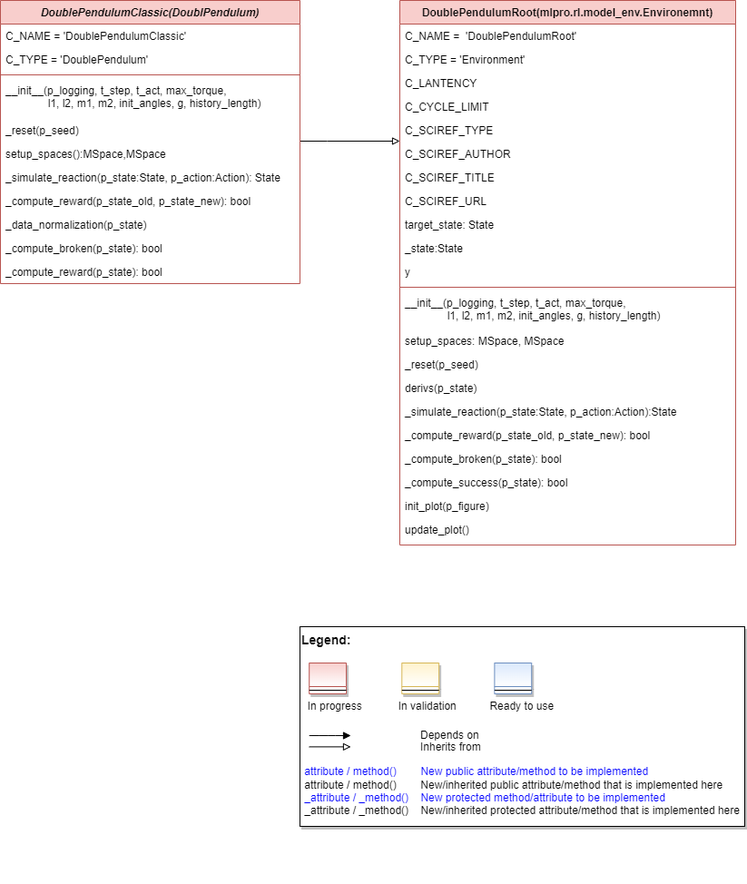
This is doc/rtd/content/append2/pool/rl/images/MPro-RL-DoublePendulum_class_diagram.drawio.png from fhswf/MLPro, a draw.io export, as it was before one commit. Source tidied: cells renumbered, new cells last; positions are measured from the earlier drawing's top-left corner, leaving out a move shared by most shapes.
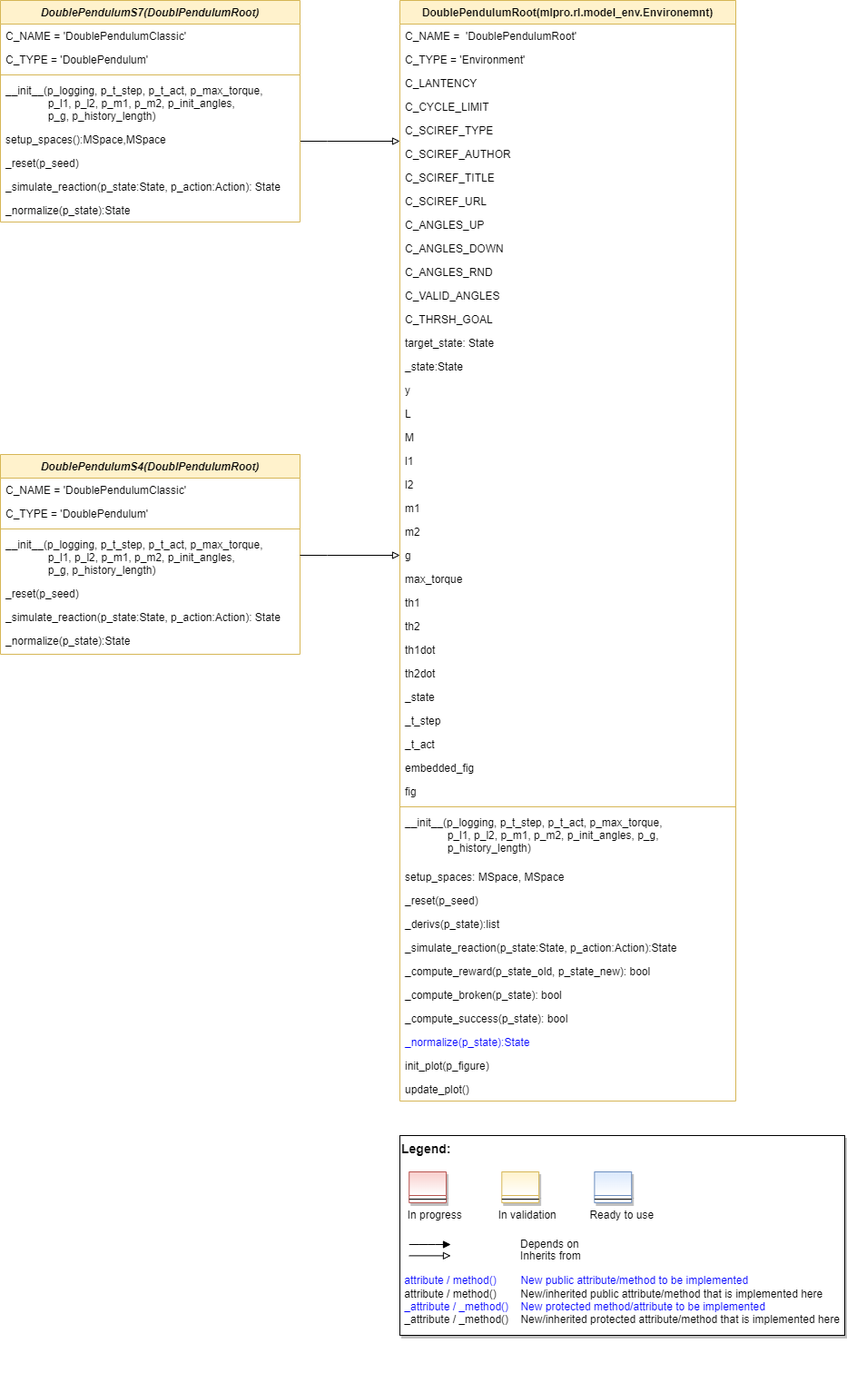
Later version of the same file.

Commit message:
CLASS DIA

Change to the diagram source:
```diff
@@ -4,4 +4,4 @@
     <mxCell id="1" parent="0" />
-    <mxCell id="2" value="DoublePendulumRoot(mlpro.rl.model_env.Environemnt)" style="swimlane;fontStyle=1;align=center;verticalAlign=top;horizontal=1;startSize=26;rounded=0;shadow=0;strokeWidth=1;fillColor=#f8cecc;strokeColor=#b85450;" parent="1" vertex="1">
-      <mxGeometry x="440" width="370" height="600" as="geometry" />
+    <mxCell id="2" value="DoublePendulumRoot(mlpro.rl.model_env.Environemnt)" style="swimlane;fontStyle=1;align=center;verticalAlign=top;horizontal=1;startSize=26;rounded=0;shadow=0;strokeWidth=1;fillColor=#fff2cc;strokeColor=#d6b656;" parent="1" vertex="1">
+      <mxGeometry x="440" width="370" height="1212" as="geometry" />
     </mxCell>
@@ -31,43 +31,112 @@
     </mxCell>
+    <mxCell id="48" value="C_ANGLES_UP" style="text;align=left;verticalAlign=top;spacingLeft=4;spacingRight=4;overflow=hidden;rounded=0;shadow=0;html=0;" parent="2" vertex="1">
+      <mxGeometry y="234" width="370" height="26" as="geometry" />
+    </mxCell>
+    <mxCell id="49" value="C_ANGLES_DOWN" style="text;align=left;verticalAlign=top;spacingLeft=4;spacingRight=4;overflow=hidden;rounded=0;shadow=0;html=0;" parent="2" vertex="1">
+      <mxGeometry y="260" width="370" height="26" as="geometry" />
+    </mxCell>
+    <mxCell id="50" value="C_ANGLES_RND" style="text;align=left;verticalAlign=top;spacingLeft=4;spacingRight=4;overflow=hidden;rounded=0;shadow=0;html=0;" parent="2" vertex="1">
+      <mxGeometry y="286" width="370" height="26" as="geometry" />
+    </mxCell>
+    <mxCell id="51" value="C_VALID_ANGLES" style="text;align=left;verticalAlign=top;spacingLeft=4;spacingRight=4;overflow=hidden;rounded=0;shadow=0;html=0;" parent="2" vertex="1">
+      <mxGeometry y="312" width="370" height="26" as="geometry" />
+    </mxCell>
+    <mxCell id="52" value="C_THRSH_GOAL" style="text;align=left;verticalAlign=top;spacingLeft=4;spacingRight=4;overflow=hidden;rounded=0;shadow=0;html=0;" parent="2" vertex="1">
+      <mxGeometry y="338" width="370" height="26" as="geometry" />
+    </mxCell>
     <mxCell id="11" value="target_state: State" style="text;align=left;verticalAlign=top;spacingLeft=4;spacingRight=4;overflow=hidden;rounded=0;shadow=0;html=0;" parent="2" vertex="1">
-      <mxGeometry y="234" width="370" height="26" as="geometry" />
+      <mxGeometry y="364" width="370" height="26" as="geometry" />
     </mxCell>
     <mxCell id="12" value="_state:State" style="text;align=left;verticalAlign=top;spacingLeft=4;spacingRight=4;overflow=hidden;rounded=0;shadow=0;html=0;" parent="2" vertex="1">
-      <mxGeometry y="260" width="370" height="26" as="geometry" />
+      <mxGeometry y="390" width="370" height="26" as="geometry" />
     </mxCell>
     <mxCell id="13" value="y" style="text;align=left;verticalAlign=top;spacingLeft=4;spacingRight=4;overflow=hidden;rounded=0;shadow=0;html=0;" parent="2" vertex="1">
-      <mxGeometry y="286" width="370" height="26" as="geometry" />
+      <mxGeometry y="416" width="370" height="26" as="geometry" />
     </mxCell>
+    <mxCell id="53" value="L" style="text;align=left;verticalAlign=top;spacingLeft=4;spacingRight=4;overflow=hidden;rounded=0;shadow=0;html=0;" parent="2" vertex="1">
+      <mxGeometry y="442" width="370" height="26" as="geometry" />
+    </mxCell>
+    <mxCell id="54" value="M" style="text;align=left;verticalAlign=top;spacingLeft=4;spacingRight=4;overflow=hidden;rounded=0;shadow=0;html=0;" parent="2" vertex="1">
+      <mxGeometry y="468" width="370" height="26" as="geometry" />
+    </mxCell>
+    <mxCell id="55" value="l1" style="text;align=left;verticalAlign=top;spacingLeft=4;spacingRight=4;overflow=hidden;rounded=0;shadow=0;html=0;" parent="2" vertex="1">
+      <mxGeometry y="494" width="370" height="26" as="geometry" />
+    </mxCell>
+    <mxCell id="56" value="l2" style="text;align=left;verticalAlign=top;spacingLeft=4;spacingRight=4;overflow=hidden;rounded=0;shadow=0;html=0;" parent="2" vertex="1">
+      <mxGeometry y="520" width="370" height="26" as="geometry" />
+    </mxCell>
+    <mxCell id="57" value="m1" style="text;align=left;verticalAlign=top;spacingLeft=4;spacingRight=4;overflow=hidden;rounded=0;shadow=0;html=0;" parent="2" vertex="1">
+      <mxGeometry y="546" width="370" height="26" as="geometry" />
+    </mxCell>
+    <mxCell id="58" value="m2" style="text;align=left;verticalAlign=top;spacingLeft=4;spacingRight=4;overflow=hidden;rounded=0;shadow=0;html=0;" parent="2" vertex="1">
+      <mxGeometry y="572" width="370" height="26" as="geometry" />
+    </mxCell>
+    <mxCell id="59" value="g" style="text;align=left;verticalAlign=top;spacingLeft=4;spacingRight=4;overflow=hidden;points=[[0,0.5],[1,0.5]];portConstraint=eastwest;rounded=0;shadow=0;html=0;" parent="2" vertex="1">
+      <mxGeometry y="598" width="370" height="26" as="geometry" />
+    </mxCell>
+    <mxCell id="60" value="max_torque" style="text;align=left;verticalAlign=top;spacingLeft=4;spacingRight=4;overflow=hidden;rounded=0;shadow=0;html=0;" parent="2" vertex="1">
+      <mxGeometry y="624" width="370" height="26" as="geometry" />
+    </mxCell>
+    <mxCell id="61" value="th1" style="text;align=left;verticalAlign=top;spacingLeft=4;spacingRight=4;overflow=hidden;rounded=0;shadow=0;html=0;" parent="2" vertex="1">
+      <mxGeometry y="650" width="370" height="26" as="geometry" />
+    </mxCell>
+    <mxCell id="62" value="th2" style="text;align=left;verticalAlign=top;spacingLeft=4;spacingRight=4;overflow=hidden;rounded=0;shadow=0;html=0;" parent="2" vertex="1">
+      <mxGeometry y="676" width="370" height="26" as="geometry" />
+    </mxCell>
+    <mxCell id="63" value="th1dot" style="text;align=left;verticalAlign=top;spacingLeft=4;spacingRight=4;overflow=hidden;rounded=0;shadow=0;html=0;" parent="2" vertex="1">
+      <mxGeometry y="702" width="370" height="26" as="geometry" />
+    </mxCell>
+    <mxCell id="64" value="th2dot" style="text;align=left;verticalAlign=top;spacingLeft=4;spacingRight=4;overflow=hidden;rounded=0;shadow=0;html=0;" parent="2" vertex="1">
+      <mxGeometry y="728" width="370" height="26" as="geometry" />
+    </mxCell>
+    <mxCell id="65" value="_state" style="text;align=left;verticalAlign=top;spacingLeft=4;spacingRight=4;overflow=hidden;rounded=0;shadow=0;html=0;" parent="2" vertex="1">
+      <mxGeometry y="754" width="370" height="26" as="geometry" />
+    </mxCell>
+    <mxCell id="66" value="_t_step" style="text;align=left;verticalAlign=top;spacingLeft=4;spacingRight=4;overflow=hidden;rounded=0;shadow=0;html=0;" parent="2" vertex="1">
+      <mxGeometry y="780" width="370" height="26" as="geometry" />
+    </mxCell>
+    <mxCell id="67" value="_t_act" style="text;align=left;verticalAlign=top;spacingLeft=4;spacingRight=4;overflow=hidden;rounded=0;shadow=0;html=0;" parent="2" vertex="1">
+      <mxGeometry y="806" width="370" height="26" as="geometry" />
+    </mxCell>
+    <mxCell id="68" value="embedded_fig" style="text;align=left;verticalAlign=top;spacingLeft=4;spacingRight=4;overflow=hidden;rounded=0;shadow=0;html=0;" parent="2" vertex="1">
+      <mxGeometry y="832" width="370" height="26" as="geometry" />
+    </mxCell>
+    <mxCell id="69" value="fig" style="text;align=left;verticalAlign=top;spacingLeft=4;spacingRight=4;overflow=hidden;rounded=0;shadow=0;html=0;" parent="2" vertex="1">
+      <mxGeometry y="858" width="370" height="26" as="geometry" />
+    </mxCell>
-    <mxCell id="14" style="line;html=1;strokeWidth=1;align=left;verticalAlign=middle;spacingTop=-1;spacingLeft=3;spacingRight=3;labelPosition=right;fillColor=#f8cecc;strokeColor=#b85450;" parent="2" vertex="1">
-      <mxGeometry y="312" width="370" height="8" as="geometry" />
+    <mxCell id="14" style="line;html=1;strokeWidth=1;align=left;verticalAlign=middle;spacingTop=-1;spacingLeft=3;spacingRight=3;labelPosition=right;fillColor=#fff2cc;strokeColor=#d6b656;" parent="2" vertex="1">
+      <mxGeometry y="884" width="370" height="8" as="geometry" />
     </mxCell>
-    <mxCell id="15" value="__init__(p_logging, t_step, t_act, max_torque, &#10;              l1, l2, m1, m2, init_angles, g, history_length)" style="text;align=left;verticalAlign=top;spacingLeft=4;spacingRight=4;overflow=hidden;labelBackgroundColor=none;" parent="2" vertex="1">
-      <mxGeometry y="320" width="370" height="42" as="geometry" />
+    <mxCell id="15" value="__init__(p_logging, p_t_step, p_t_act, p_max_torque, &#10;              p_l1, p_l2, p_m1, p_m2, p_init_angles, p_g, &#10;              p_history_length)" style="text;align=left;verticalAlign=top;spacingLeft=4;spacingRight=4;overflow=hidden;labelBackgroundColor=none;" parent="2" vertex="1">
+      <mxGeometry y="892" width="370" height="60" as="geometry" />
     </mxCell>
     <mxCell id="16" value="setup_spaces: MSpace, MSpace" style="text;align=left;verticalAlign=top;spacingLeft=4;spacingRight=4;overflow=hidden;" parent="2" vertex="1">
-      <mxGeometry y="362" width="370" height="26" as="geometry" />
+      <mxGeometry y="952" width="370" height="26" as="geometry" />
     </mxCell>
     <mxCell id="17" value="_reset(p_seed)" style="text;align=left;verticalAlign=top;spacingLeft=4;spacingRight=4;overflow=hidden;" parent="2" vertex="1">
-      <mxGeometry y="388" width="370" height="26" as="geometry" />
+      <mxGeometry y="978" width="370" height="26" as="geometry" />
     </mxCell>
-    <mxCell id="18" value="derivs(p_state)" style="text;align=left;verticalAlign=top;spacingLeft=4;spacingRight=4;overflow=hidden;" parent="2" vertex="1">
-      <mxGeometry y="414" width="370" height="26" as="geometry" />
+    <mxCell id="18" value="_derivs(p_state):list" style="text;align=left;verticalAlign=top;spacingLeft=4;spacingRight=4;overflow=hidden;" parent="2" vertex="1">
+      <mxGeometry y="1004" width="370" height="26" as="geometry" />
     </mxCell>
     <mxCell id="19" value="_simulate_reaction(p_state:State, p_action:Action):State" style="text;align=left;verticalAlign=top;spacingLeft=4;spacingRight=4;overflow=hidden;" parent="2" vertex="1">
-      <mxGeometry y="440" width="370" height="26" as="geometry" />
+      <mxGeometry y="1030" width="370" height="26" as="geometry" />
     </mxCell>
     <mxCell id="20" value="_compute_reward(p_state_old, p_state_new): bool" style="text;align=left;verticalAlign=top;spacingLeft=4;spacingRight=4;overflow=hidden;" parent="2" vertex="1">
-      <mxGeometry y="466" width="370" height="26" as="geometry" />
+      <mxGeometry y="1056" width="370" height="26" as="geometry" />
     </mxCell>
     <mxCell id="21" value="_compute_broken(p_state): bool" style="text;align=left;verticalAlign=top;spacingLeft=4;spacingRight=4;overflow=hidden;" parent="2" vertex="1">
-      <mxGeometry y="492" width="370" height="26" as="geometry" />
+      <mxGeometry y="1082" width="370" height="26" as="geometry" />
     </mxCell>
     <mxCell id="22" value="_compute_success(p_state): bool" style="text;align=left;verticalAlign=top;spacingLeft=4;spacingRight=4;overflow=hidden;" parent="2" vertex="1">
-      <mxGeometry y="518" width="370" height="26" as="geometry" />
+      <mxGeometry y="1108" width="370" height="26" as="geometry" />
     </mxCell>
+    <mxCell id="70" value="_normalize(p_state):State" style="text;align=left;verticalAlign=top;spacingLeft=4;spacingRight=4;overflow=hidden;fontColor=#0000FF;" parent="2" vertex="1">
+      <mxGeometry y="1134" width="370" height="26" as="geometry" />
+    </mxCell>
     <mxCell id="23" value="init_plot(p_figure)" style="text;align=left;verticalAlign=top;spacingLeft=4;spacingRight=4;overflow=hidden;" parent="2" vertex="1">
-      <mxGeometry y="544" width="370" height="26" as="geometry" />
+      <mxGeometry y="1160" width="370" height="26" as="geometry" />
     </mxCell>
     <mxCell id="24" value="update_plot()" style="text;align=left;verticalAlign=top;spacingLeft=4;spacingRight=4;overflow=hidden;" parent="2" vertex="1">
-      <mxGeometry y="570" width="370" height="26" as="geometry" />
+      <mxGeometry y="1186" width="370" height="26" as="geometry" />
     </mxCell>
@@ -82,4 +151,4 @@
     </mxCell>
-    <mxCell id="26" value="DoublePendulumClassic(DoublPendulum)" style="swimlane;fontStyle=3;align=center;verticalAlign=top;horizontal=1;startSize=26;rounded=0;shadow=0;strokeWidth=1;fillColor=#f8cecc;strokeColor=#b85450;" parent="1" vertex="1">
-      <mxGeometry width="330" height="312" as="geometry" />
+    <mxCell id="26" value="DoublePendulumS7(DoublPendulumRoot)" style="swimlane;fontStyle=3;align=center;verticalAlign=top;horizontal=1;startSize=26;rounded=0;shadow=0;strokeWidth=1;fillColor=#fff2cc;strokeColor=#d6b656;" parent="1" vertex="1">
+      <mxGeometry width="330" height="244" as="geometry" />
     </mxCell>
@@ -91,31 +160,22 @@
     </mxCell>
-    <mxCell id="29" style="line;html=1;strokeWidth=1;align=left;verticalAlign=middle;spacingTop=-1;spacingLeft=3;spacingRight=3;labelPosition=right;fillColor=#f8cecc;strokeColor=#b85450;" parent="26" vertex="1">
+    <mxCell id="29" style="line;html=1;strokeWidth=1;align=left;verticalAlign=middle;spacingTop=-1;spacingLeft=3;spacingRight=3;labelPosition=right;fillColor=#fff2cc;strokeColor=#d6b656;" parent="26" vertex="1">
       <mxGeometry y="78" width="330" height="8" as="geometry" />
     </mxCell>
-    <mxCell id="30" value="__init__(p_logging, t_step, t_act, max_torque, &#10;              l1, l2, m1, m2, init_angles, g, history_length)" style="text;align=left;verticalAlign=top;spacingLeft=4;spacingRight=4;overflow=hidden;" parent="26" vertex="1">
-      <mxGeometry y="86" width="330" height="44" as="geometry" />
+    <mxCell id="30" value="__init__(p_logging, p_t_step, p_t_act, p_max_torque, &#10;              p_l1, p_l2, p_m1, p_m2, p_init_angles, &#10;              p_g, p_history_length)" style="text;align=left;verticalAlign=top;spacingLeft=4;spacingRight=4;overflow=hidden;" parent="26" vertex="1">
+      <mxGeometry y="86" width="330" height="54" as="geometry" />
     </mxCell>
+    <mxCell id="32" value="setup_spaces():MSpace,MSpace" style="text;align=left;verticalAlign=top;spacingLeft=4;spacingRight=4;overflow=hidden;" parent="26" vertex="1">
+      <mxGeometry y="140" width="330" height="26" as="geometry" />
+    </mxCell>
     <mxCell id="31" value="_reset(p_seed)" style="text;align=left;verticalAlign=top;spacingLeft=4;spacingRight=4;overflow=hidden;" parent="26" vertex="1">
-      <mxGeometry y="130" width="330" height="26" as="geometry" />
+      <mxGeometry y="166" width="330" height="26" as="geometry" />
     </mxCell>
-    <mxCell id="32" value="setup_spaces():MSpace,MSpace" style="text;align=left;verticalAlign=top;spacingLeft=4;spacingRight=4;overflow=hidden;" parent="26" vertex="1">
-      <mxGeometry y="156" width="330" height="26" as="geometry" />
-    </mxCell>
     <mxCell id="33" value="_simulate_reaction(p_state:State, p_action:Action): State" style="text;align=left;verticalAlign=top;spacingLeft=4;spacingRight=4;overflow=hidden;" parent="26" vertex="1">
-      <mxGeometry y="182" width="330" height="26" as="geometry" />
+      <mxGeometry y="192" width="330" height="26" as="geometry" />
     </mxCell>
-    <mxCell id="34" value="_compute_reward(p_state_old, p_state_new): bool" style="text;align=left;verticalAlign=top;spacingLeft=4;spacingRight=4;overflow=hidden;" parent="26" vertex="1">
-      <mxGeometry y="208" width="330" height="26" as="geometry" />
-    </mxCell>
-    <mxCell id="35" value="_data_normalization(p_state)" style="text;align=left;verticalAlign=top;spacingLeft=4;spacingRight=4;overflow=hidden;" parent="26" vertex="1">
-      <mxGeometry y="234" width="330" height="26" as="geometry" />
+    <mxCell id="35" value="_normalize(p_state):State" style="text;align=left;verticalAlign=top;spacingLeft=4;spacingRight=4;overflow=hidden;" parent="26" vertex="1">
+      <mxGeometry y="218" width="330" height="26" as="geometry" />
     </mxCell>
-    <mxCell id="36" value="_compute_broken(p_state): bool" style="text;align=left;verticalAlign=top;spacingLeft=4;spacingRight=4;overflow=hidden;" parent="26" vertex="1">
-      <mxGeometry y="260" width="330" height="26" as="geometry" />
-    </mxCell>
-    <mxCell id="37" value="_compute_reward(p_state): bool" style="text;align=left;verticalAlign=top;spacingLeft=4;spacingRight=4;overflow=hidden;" parent="26" vertex="1">
-      <mxGeometry y="286" width="330" height="26" as="geometry" />
-    </mxCell>
     <mxCell id="38" style="group;" parent="1" vertex="1">
-      <mxGeometry x="330" y="690" width="490" height="220" as="geometry" />
+      <mxGeometry x="440" y="1250" width="490" height="220" as="geometry" />
     </mxCell>
@@ -159,2 +219,34 @@
     </mxCell>
+    <mxCell id="71" value="DoublePendulumS4(DoublPendulumRoot)" style="swimlane;fontStyle=3;align=center;verticalAlign=top;horizontal=1;startSize=26;rounded=0;shadow=0;strokeWidth=1;fillColor=#fff2cc;strokeColor=#d6b656;" parent="1" vertex="1">
+      <mxGeometry y="500" width="330" height="220" as="geometry" />
+    </mxCell>
+    <mxCell id="72" value="C_NAME = 'DoublePendulumClassic'" style="text;align=left;verticalAlign=top;spacingLeft=4;spacingRight=4;overflow=hidden;" parent="71" vertex="1">
+      <mxGeometry y="26" width="330" height="26" as="geometry" />
+    </mxCell>
+    <mxCell id="73" value="C_TYPE = 'DoublePendulum'" style="text;align=left;verticalAlign=top;spacingLeft=4;spacingRight=4;overflow=hidden;rounded=0;shadow=0;html=0;" parent="71" vertex="1">
+      <mxGeometry y="52" width="330" height="26" as="geometry" />
+    </mxCell>
+    <mxCell id="74" style="line;html=1;strokeWidth=1;align=left;verticalAlign=middle;spacingTop=-1;spacingLeft=3;spacingRight=3;labelPosition=right;fillColor=#fff2cc;strokeColor=#d6b656;" parent="71" vertex="1">
+      <mxGeometry y="78" width="330" height="8" as="geometry" />
+    </mxCell>
+    <mxCell id="75" value="__init__(p_logging, p_t_step, p_t_act, p_max_torque, &#10;              p_l1, p_l2, p_m1, p_m2, p_init_angles, &#10;              p_g, p_history_length)" style="text;align=left;verticalAlign=top;spacingLeft=4;spacingRight=4;overflow=hidden;points=[[0,0.5],[1,0.5]];portConstraint=eastwest;" parent="71" vertex="1">
+      <mxGeometry y="86" width="330" height="54" as="geometry" />
+    </mxCell>
+    <mxCell id="76" value="_reset(p_seed)" style="text;align=left;verticalAlign=top;spacingLeft=4;spacingRight=4;overflow=hidden;" parent="71" vertex="1">
+      <mxGeometry y="140" width="330" height="26" as="geometry" />
+    </mxCell>
+    <mxCell id="77" value="_simulate_reaction(p_state:State, p_action:Action): State" style="text;align=left;verticalAlign=top;spacingLeft=4;spacingRight=4;overflow=hidden;" parent="71" vertex="1">
+      <mxGeometry y="166" width="330" height="26" as="geometry" />
+    </mxCell>
+    <mxCell id="78" value="_normalize(p_state):State" style="text;align=left;verticalAlign=top;spacingLeft=4;spacingRight=4;overflow=hidden;" parent="71" vertex="1">
+      <mxGeometry y="192" width="330" height="26" as="geometry" />
+    </mxCell>
+    <mxCell id="79" style="edgeStyle=orthogonalEdgeStyle;rounded=0;jettySize=auto;html=1;fontColor=#0000FF;endArrow=block;endFill=0;" parent="1" edge="1" source="75" target="59">
+      <mxGeometry relative="1" as="geometry">
+        <Array as="points">
+          <mxPoint x="360" y="611" />
+          <mxPoint x="360" y="611" />
+        </Array>
+      </mxGeometry>
+    </mxCell>
   </root>
```
